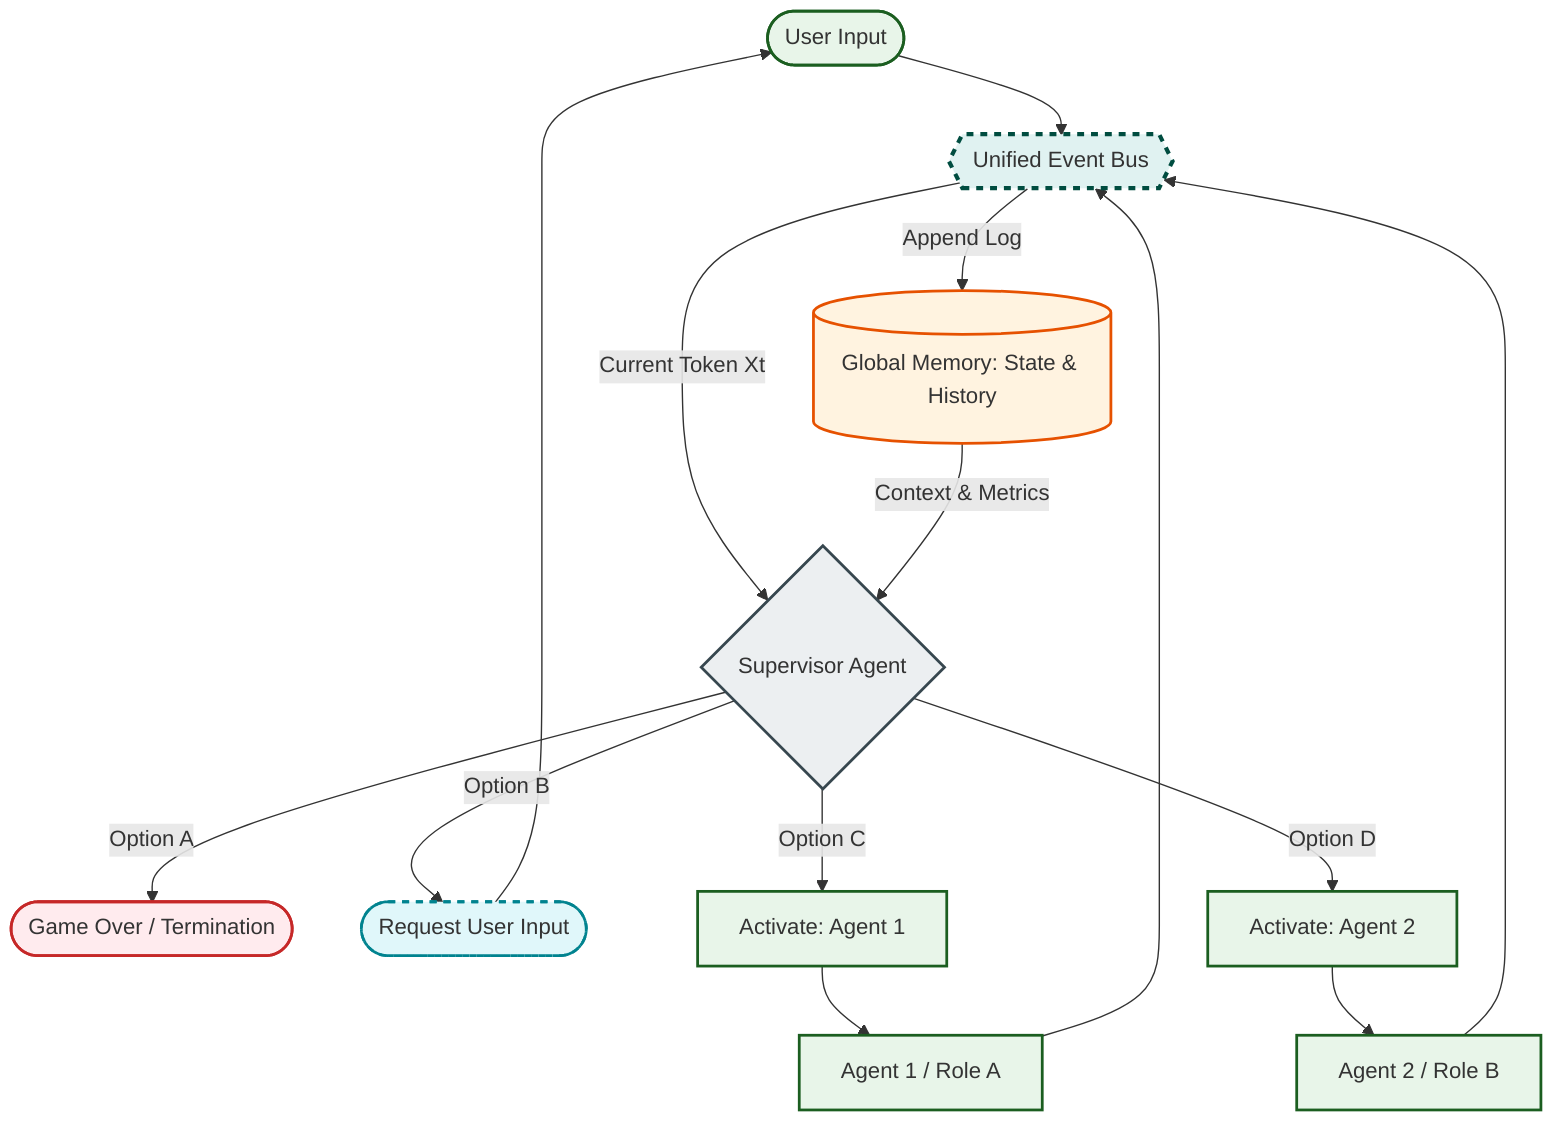
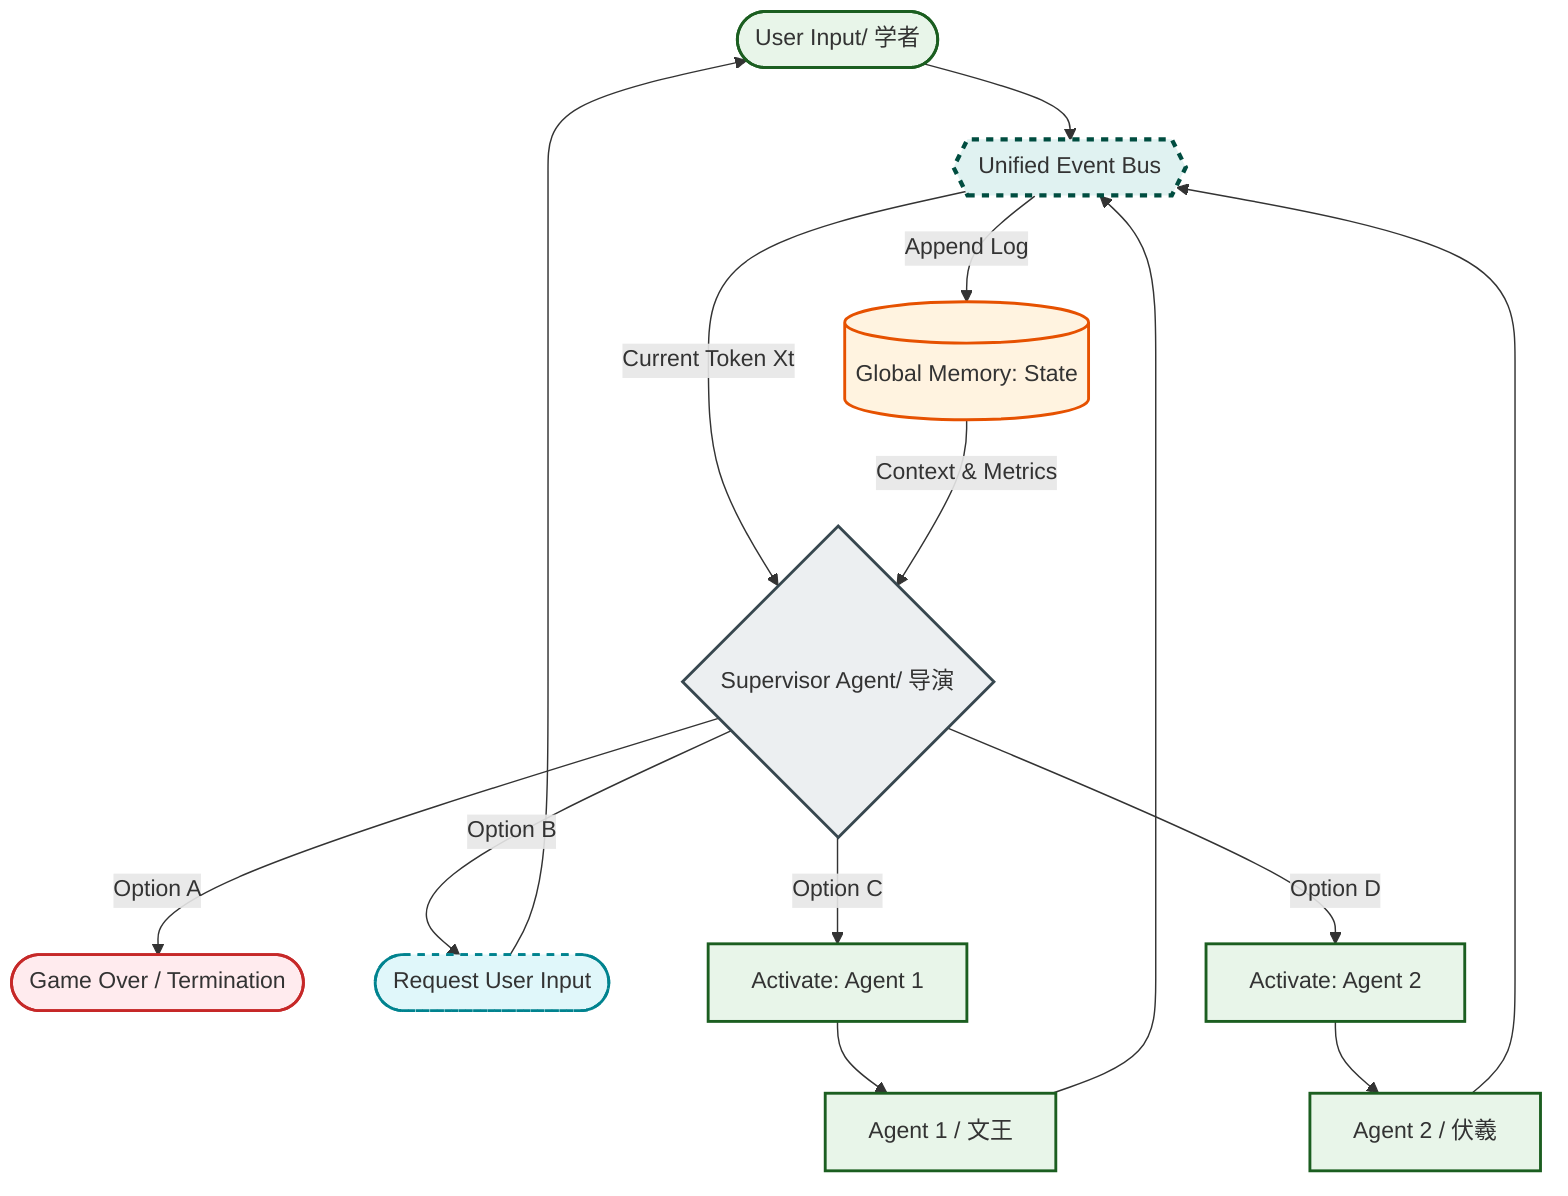
graph TD
    %% Style Definitions
    classDef signalClass fill:#e0f7fa,stroke:#00838f,stroke-width:2px,stroke-dasharray: 5 5;
    classDef memoryClass fill:#fff3e0,stroke:#e65100,stroke-width:2px;
    classDef supervisorClass fill:#eceff1,stroke:#37474f,stroke-width:2px;
    classDef entityClass fill:#e8f5e9,stroke:#1b5e20,stroke-width:2px;
    classDef endClass fill:#ffebee,stroke:#c62828,stroke-width:2px;

    %% Signal Producing Entities
-     UserInput([User Input]):::entityClass
-     Agent1[Agent 1 / Role A]:::entityClass
-     Agent2[Agent 2 / Role B]:::entityClass
+     UserInput([User Input/ 学者]):::entityClass
+     Agent1[Agent 1 / 文王]:::entityClass
+     Agent2[Agent 2 / 伏羲]:::entityClass

    %% Unified Event Bus
    EventBus{{"Unified Event Bus"}}:::signalClass

    %% Core Processing Units
-     GlobalMemory[(Global Memory: State & History)]:::memoryClass
-     Supervisor{"Supervisor Agent"}:::supervisorClass
+     GlobalMemory[(Global Memory: State)]:::memoryClass
+     Supervisor{"Supervisor Agent/ 导演"}:::supervisorClass

    %% Dispatch Actions
    EndNode([Game Over / Termination]):::endClass
    RequestUser([Request User Input]):::signalClass
    ActivateA[Activate: Agent 1]:::entityClass
    ActivateB[Activate: Agent 2]:::entityClass

    %% --- Data & Control Flow ---

    %% Step 1: All execution entities broadcast their outputs to the Bus
    UserInput --> EventBus
    Agent1 --> EventBus
    Agent2 --> EventBus

    %% Step 2: The Bus splits data concurrently to Memory and Supervisor
    EventBus -->|Append Log| GlobalMemory
    EventBus -->|Current Token Xt| Supervisor

    %% Step 3: Supervisor evaluates Xt against the Context fetched from Memory
    GlobalMemory -->|Context & Metrics| Supervisor

    %% Step 4: Supervisor makes a 4-way decision matrix
    Supervisor -->|Option A| EndNode
    Supervisor -->|Option B| RequestUser
    Supervisor -->|Option C| ActivateA
    Supervisor -->|Option D| ActivateB

    %% Step 5: Activation flows forward cleanly to trigger the next turn
    ActivateA --> Agent1
    ActivateB --> Agent2
    RequestUser --> UserInput

    style EventBus fill:#e0f2f1,stroke:#004d40,stroke-width:3px;